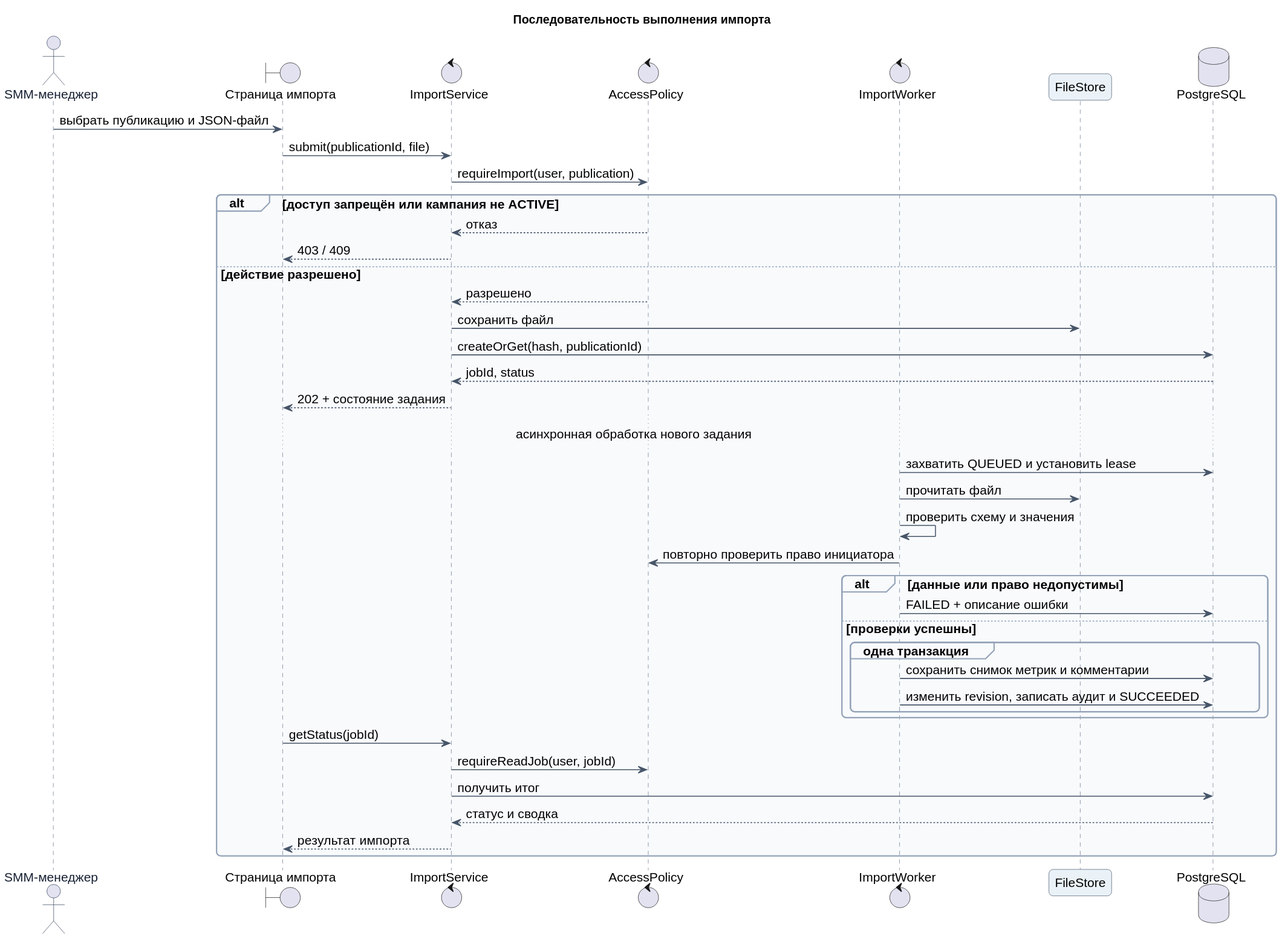
Above: reports/coursework_umls/Курсовая_SMM_Analyzer/03_Диаграммы/SEQ_01_Импорт.svg in whoisbubble/typest_report (PlantUML), before the change.
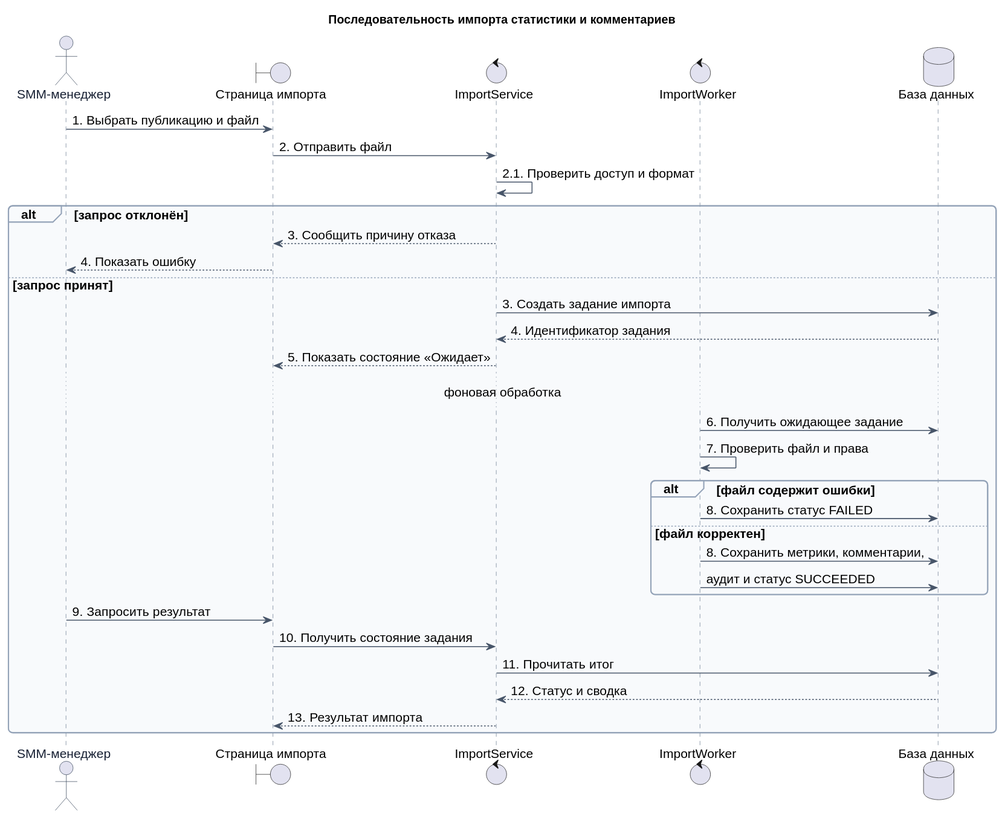
The same diagram one commit later.

Diff of the diagram source:
```diff
@@ -1,47 +1,39 @@
 @startuml
 !include common.puml
-title Последовательность выполнения импорта
+title Последовательность импорта статистики и комментариев
 
 actor "SMM-менеджер" as Manager
 boundary "Страница импорта" as Page
 control "ImportService" as Service
-control "AccessPolicy" as Policy
 control "ImportWorker" as Worker
-participant "FileStore" as Files
-database "PostgreSQL" as DB
+database "База данных" as DB
 
-Manager -> Page : выбрать публикацию и JSON-файл
-Page -> Service : submit(publicationId, file)
-Service -> Policy : requireImport(user, publication)
+Manager -> Page : 1. Выбрать публикацию и файл
+Page -> Service : 2. Отправить файл
+Service -> Service : 2.1. Проверить доступ и формат
 
-alt доступ запрещён или кампания не ACTIVE
-  Policy --> Service : отказ
-  Service --> Page : 403 / 409
-else действие разрешено
-  Policy --> Service : разрешено
-  Service -> Files : сохранить файл
-  Service -> DB : createOrGet(hash, publicationId)
-  DB --> Service : jobId, status
-  Service --> Page : 202 + состояние задания
+alt запрос отклонён
+  Service --> Page : 3. Сообщить причину отказа
+  Page --> Manager : 4. Показать ошибку
+else запрос принят
+  Service -> DB : 3. Создать задание импорта
+  DB --> Service : 4. Идентификатор задания
+  Service --> Page : 5. Показать состояние «Ожидает»
 
-  ... асинхронная обработка нового задания ...
-  Worker -> DB : захватить QUEUED и установить lease
-  Worker -> Files : прочитать файл
-  Worker -> Worker : проверить схему и значения
-  Worker -> Policy : повторно проверить право инициатора
-  alt данные или право недопустимы
-    Worker -> DB : FAILED + описание ошибки
-  else проверки успешны
-    group одна транзакция
-      Worker -> DB : сохранить снимок метрик и комментарии
-      Worker -> DB : изменить revision, записать аудит и SUCCEEDED
-    end
+  ... фоновая обработка ...
+  Worker -> DB : 6. Получить ожидающее задание
+  Worker -> Worker : 7. Проверить файл и права
+  alt файл содержит ошибки
+    Worker -> DB : 8. Сохранить статус FAILED
+  else файл корректен
+    Worker -> DB : 8. Сохранить метрики, комментарии,
+    Worker -> DB : аудит и статус SUCCEEDED
   end
 
-  Page -> Service : getStatus(jobId)
-  Service -> Policy : requireReadJob(user, jobId)
-  Service -> DB : получить итог
-  DB --> Service : статус и сводка
-  Service --> Page : результат импорта
+  Manager -> Page : 9. Запросить результат
+  Page -> Service : 10. Получить состояние задания
+  Service -> DB : 11. Прочитать итог
+  DB --> Service : 12. Статус и сводка
+  Service --> Page : 13. Результат импорта
 end
 @enduml
```
